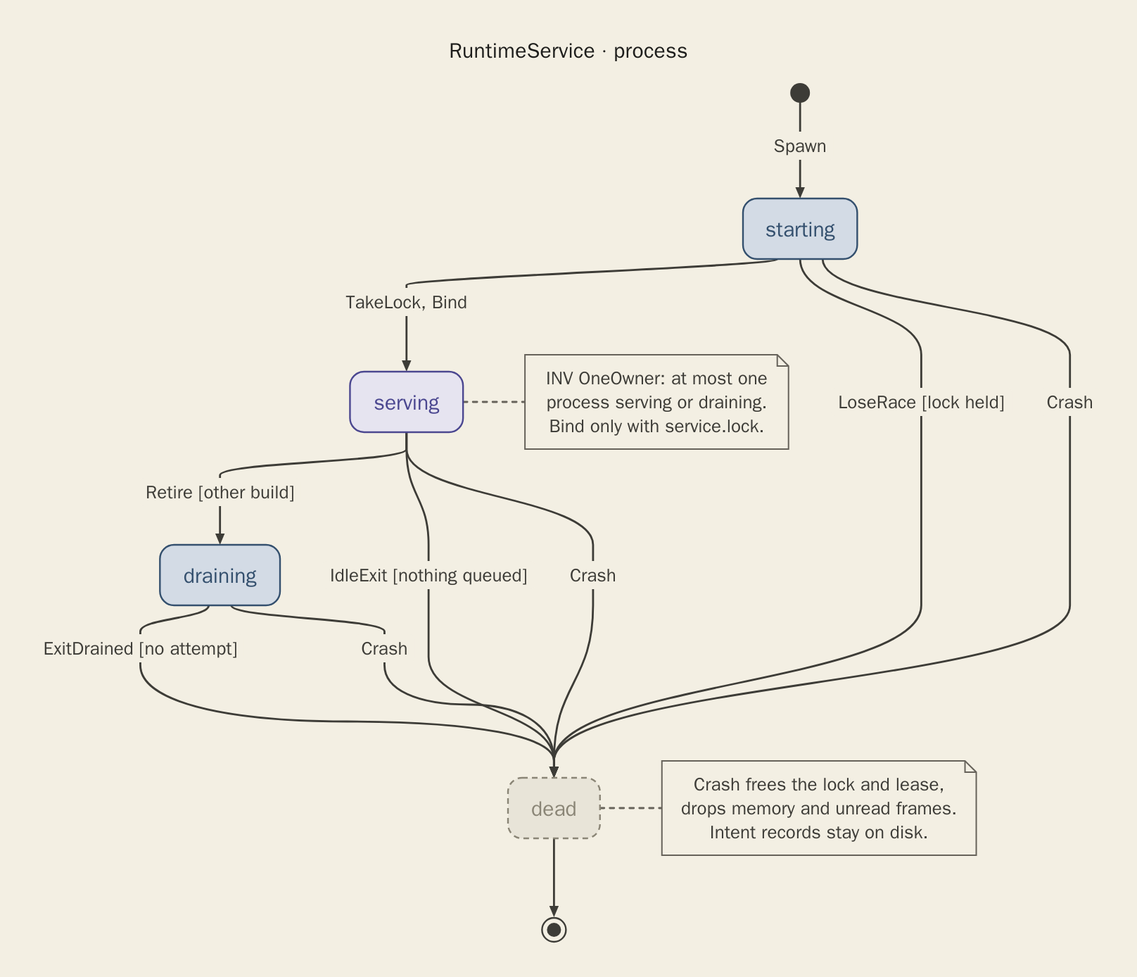
Above: docs/diagrams/runtime-service-process.png in hack-dance/hack (Mermaid), before the change. Its source is kept beside it as docs/diagrams/runtime-service-process.mmd. Source of this version:
```mermaid
---
title: RuntimeService · process
---
stateDiagram-v2
    direction TB
    [*] --> starting : Spawn
    starting --> serving : TakeLock, Bind
    starting --> dead : LoseRace [lock held]
    serving --> draining : Retire [other build]
    serving --> dead : IdleExit [nothing queued]
    draining --> dead : ExitDrained [no attempt]
    starting --> dead : Crash
    serving --> dead : Crash
    draining --> dead : Crash
    dead --> [*]
    note right of serving
        INV OneOwner: at most one
        process serving or draining.
        Bind only with service.lock.
    end note
    note right of dead
        Crash frees the lock and lease,
        drops memory and unread frames.
        Intent records stay on disk.
    end note
    class starting wait
    class serving live
    class draining wait
    class dead idle
```
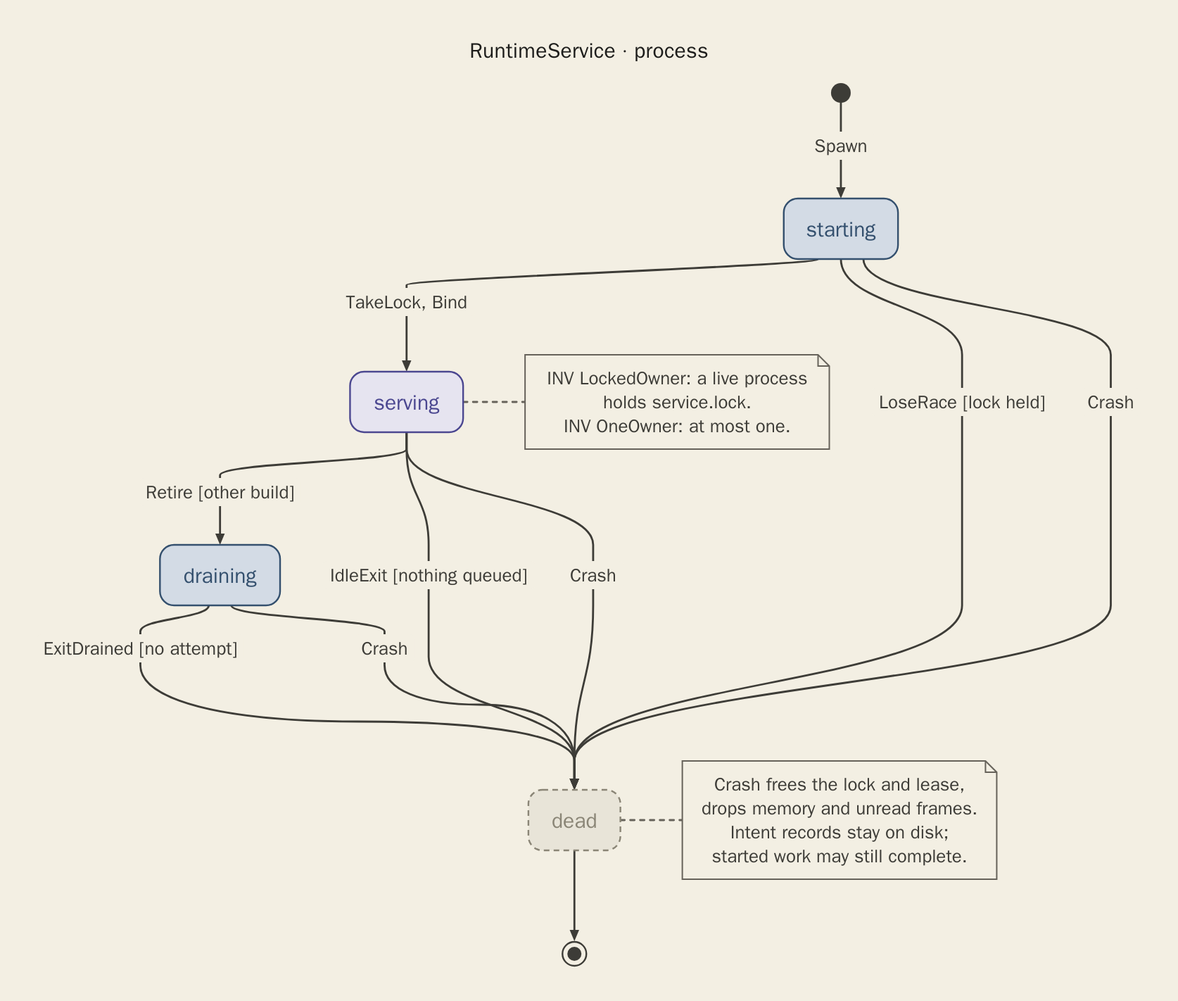
The same file after the commit.

Diff of the diagram source:
```diff
@@ -14,14 +14,15 @@
     draining --> dead : Crash
     dead --> [*]
     note right of serving
-        INV OneOwner: at most one
-        process serving or draining.
-        Bind only with service.lock.
+        INV LockedOwner: a live process
+        holds service.lock.
+        INV OneOwner: at most one.
     end note
     note right of dead
         Crash frees the lock and lease,
         drops memory and unread frames.
-        Intent records stay on disk.
+        Intent records stay on disk;
+        started work may still complete.
     end note
     class starting wait
     class serving live
```
